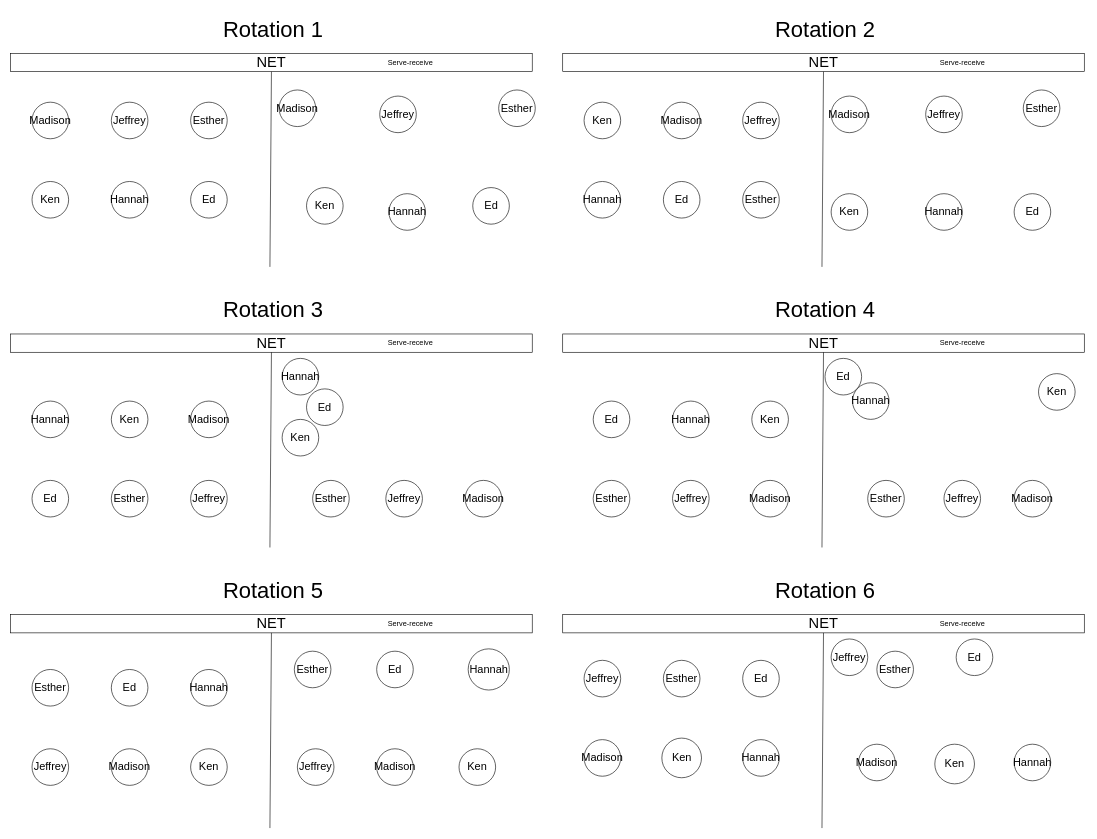
The draw.io diagram Monday.drawio in Jayxuchen/Code, before the edit. Source tidied: cells renumbered, new cells numbered last; positions are measured from the earlier drawing's top-left corner, leaving out a move shared by most shapes. Both pictures are drawn from the tidied source at 61%, with x=0, y=0 at pixel (10, 10).
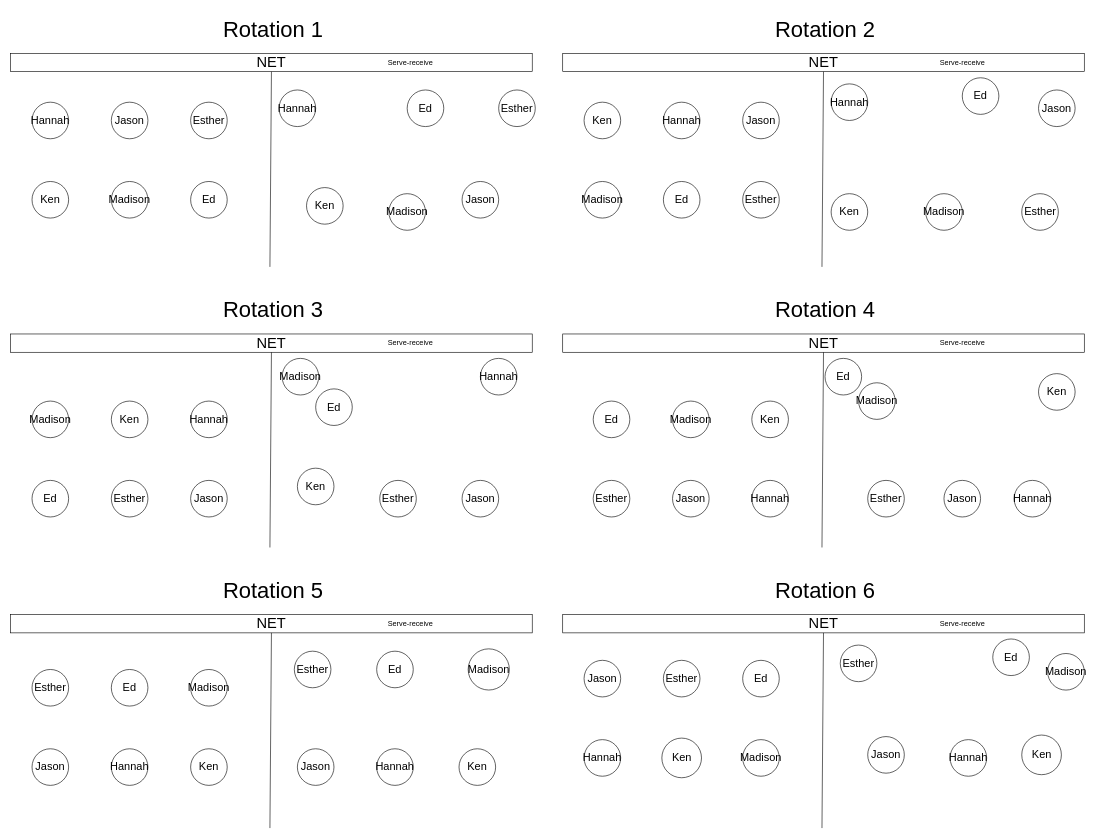
The same diagram, later.

What changed in the source:
```diff
@@
-    <mxCell id="2" value="&lt;font style=&quot;font-size: 18px;&quot;&gt;Madison&lt;/font&gt;" style="ellipse;whiteSpace=wrap;html=1;" parent="1" vertex="1">
+    <mxCell id="2" value="&lt;font style=&quot;font-size: 18px;&quot;&gt;Hannah&lt;/font&gt;" style="ellipse;whiteSpace=wrap;html=1;" parent="1" vertex="1">
       <mxGeometry x="35" y="150" width="60" height="60" as="geometry" />
     </mxCell>
@@
-    <mxCell id="6" value="&lt;font style=&quot;font-size: 18px;&quot;&gt;Jeffrey&lt;/font&gt;" style="ellipse;whiteSpace=wrap;html=1;" parent="1" vertex="1">
+    <mxCell id="6" value="&lt;font style=&quot;font-size: 18px;&quot;&gt;Jason&lt;/font&gt;" style="ellipse;whiteSpace=wrap;html=1;" parent="1" vertex="1">
       <mxGeometry x="165" y="150" width="60" height="60" as="geometry" />
     </mxCell>
@@
-    <mxCell id="9" value="&lt;font style=&quot;font-size: 18px;&quot;&gt;Hannah&lt;/font&gt;" style="ellipse;whiteSpace=wrap;html=1;" parent="1" vertex="1">
+    <mxCell id="9" value="&lt;span style=&quot;font-size: 18px;&quot;&gt;Madison&lt;/span&gt;" style="ellipse;whiteSpace=wrap;html=1;" parent="1" vertex="1">
       <mxGeometry x="165" y="280" width="60" height="60" as="geometry" />
     </mxCell>
@@
-    <mxCell id="12" value="&lt;font style=&quot;font-size: 18px;&quot;&gt;Madison&lt;/font&gt;" style="ellipse;whiteSpace=wrap;html=1;" parent="1" vertex="1">
+    <mxCell id="12" value="&lt;font style=&quot;font-size: 18px;&quot;&gt;Hannah&lt;/font&gt;" style="ellipse;whiteSpace=wrap;html=1;" parent="1" vertex="1">
       <mxGeometry x="440" y="130" width="60" height="60" as="geometry" />
     </mxCell>
-    <mxCell id="13" value="&lt;font style=&quot;font-size: 18px;&quot;&gt;Jeffrey&lt;/font&gt;" style="ellipse;whiteSpace=wrap;html=1;" parent="1" vertex="1">
-      <mxGeometry x="605" y="140" width="60" height="60" as="geometry" />
+    <mxCell id="13" value="&lt;font style=&quot;font-size: 18px;&quot;&gt;Jason&lt;/font&gt;" style="ellipse;whiteSpace=wrap;html=1;" parent="1" vertex="1">
+      <mxGeometry x="740" y="280" width="60" height="60" as="geometry" />
     </mxCell>
@@
-    <mxCell id="16" value="&lt;font style=&quot;font-size: 18px;&quot;&gt;Hannah&lt;/font&gt;" style="ellipse;whiteSpace=wrap;html=1;" parent="1" vertex="1">
+    <mxCell id="16" value="&lt;font style=&quot;font-size: 18px;&quot;&gt;Madison&lt;/font&gt;" style="ellipse;whiteSpace=wrap;html=1;" parent="1" vertex="1">
       <mxGeometry x="620" y="300" width="60" height="60" as="geometry" />
     </mxCell>
     <mxCell id="17" value="&lt;span style=&quot;font-size: 18px;&quot;&gt;Ed&lt;/span&gt;" style="ellipse;whiteSpace=wrap;html=1;" parent="1" vertex="1">
-      <mxGeometry x="757.5" y="290" width="60" height="60" as="geometry" />
+      <mxGeometry x="650" y="130" width="60" height="60" as="geometry" />
     </mxCell>
-    <mxCell id="18" value="&lt;font style=&quot;font-size: 18px;&quot;&gt;Madison&lt;/font&gt;" style="ellipse;whiteSpace=wrap;html=1;" parent="1" vertex="1">
+    <mxCell id="18" value="&lt;font style=&quot;font-size: 18px;&quot;&gt;Hannah&lt;/font&gt;" style="ellipse;whiteSpace=wrap;html=1;" parent="1" vertex="1">
       <mxGeometry x="1070" y="150" width="60" height="60" as="geometry" />
     </mxCell>
@@
-    <mxCell id="22" value="&lt;font style=&quot;font-size: 18px;&quot;&gt;Jeffrey&lt;/font&gt;" style="ellipse;whiteSpace=wrap;html=1;" parent="1" vertex="1">
+    <mxCell id="22" value="&lt;font style=&quot;font-size: 18px;&quot;&gt;Jason&lt;/font&gt;" style="ellipse;whiteSpace=wrap;html=1;" parent="1" vertex="1">
       <mxGeometry x="1200" y="150" width="60" height="60" as="geometry" />
     </mxCell>
@@
-    <mxCell id="25" value="&lt;font style=&quot;font-size: 18px;&quot;&gt;Hannah&lt;/font&gt;" style="ellipse;whiteSpace=wrap;html=1;" parent="1" vertex="1">
+    <mxCell id="25" value="&lt;font style=&quot;font-size: 18px;&quot;&gt;Madison&lt;/font&gt;" style="ellipse;whiteSpace=wrap;html=1;" parent="1" vertex="1">
       <mxGeometry x="940" y="280" width="60" height="60" as="geometry" />
     </mxCell>
@@
-    <mxCell id="44" value="&lt;font style=&quot;font-size: 18px;&quot;&gt;Madison&lt;/font&gt;" style="ellipse;whiteSpace=wrap;html=1;" parent="1" vertex="1">
-      <mxGeometry x="1345" y="140" width="60" height="60" as="geometry" />
+    <mxCell id="44" value="&lt;font style=&quot;font-size: 18px;&quot;&gt;Hannah&lt;/font&gt;" style="ellipse;whiteSpace=wrap;html=1;" parent="1" vertex="1">
+      <mxGeometry x="1345" y="120" width="60" height="60" as="geometry" />
     </mxCell>
-    <mxCell id="45" value="&lt;font style=&quot;font-size: 18px;&quot;&gt;Jeffrey&lt;/font&gt;" style="ellipse;whiteSpace=wrap;html=1;" parent="1" vertex="1">
-      <mxGeometry x="1500" y="140" width="60" height="60" as="geometry" />
+    <mxCell id="45" value="&lt;font style=&quot;font-size: 18px;&quot;&gt;Jason&lt;/font&gt;" style="ellipse;whiteSpace=wrap;html=1;" parent="1" vertex="1">
+      <mxGeometry x="1685" y="130" width="60" height="60" as="geometry" />
     </mxCell>
     <mxCell id="46" value="&lt;font style=&quot;font-size: 18px;&quot;&gt;Esther&lt;/font&gt;" style="ellipse;whiteSpace=wrap;html=1;" parent="1" vertex="1">
-      <mxGeometry x="1660" y="130" width="60" height="60" as="geometry" />
+      <mxGeometry x="1657.5" y="300" width="60" height="60" as="geometry" />
     </mxCell>
@@
-    <mxCell id="48" value="&lt;font style=&quot;font-size: 18px;&quot;&gt;Hannah&lt;/font&gt;" style="ellipse;whiteSpace=wrap;html=1;" parent="1" vertex="1">
+    <mxCell id="48" value="&lt;font style=&quot;font-size: 18px;&quot;&gt;Madison&lt;/font&gt;" style="ellipse;whiteSpace=wrap;html=1;" parent="1" vertex="1">
       <mxGeometry x="1500" y="300" width="60" height="60" as="geometry" />
     </mxCell>
     <mxCell id="49" value="&lt;span style=&quot;font-size: 18px;&quot;&gt;Ed&lt;/span&gt;" style="ellipse;whiteSpace=wrap;html=1;" parent="1" vertex="1">
-      <mxGeometry x="1645" y="300" width="60" height="60" as="geometry" />
+      <mxGeometry x="1560" y="110" width="60" height="60" as="geometry" />
     </mxCell>
-    <mxCell id="50" value="&lt;font style=&quot;font-size: 18px;&quot;&gt;Madison&lt;/font&gt;" style="ellipse;whiteSpace=wrap;html=1;" parent="1" vertex="1">
+    <mxCell id="50" value="&lt;font style=&quot;font-size: 18px;&quot;&gt;Hannah&lt;/font&gt;" style="ellipse;whiteSpace=wrap;html=1;" parent="1" vertex="1">
       <mxGeometry x="295" y="640" width="60" height="60" as="geometry" />
     </mxCell>
-    <mxCell id="51" value="&lt;font style=&quot;font-size: 18px;&quot;&gt;Jeffrey&lt;/font&gt;" style="ellipse;whiteSpace=wrap;html=1;" parent="1" vertex="1">
+    <mxCell id="51" value="&lt;font style=&quot;font-size: 18px;&quot;&gt;Jason&lt;/font&gt;" style="ellipse;whiteSpace=wrap;html=1;" parent="1" vertex="1">
       <mxGeometry x="295" y="770" width="60" height="60" as="geometry" />
     </mxCell>
@@
-    <mxCell id="54" value="&lt;font style=&quot;font-size: 18px;&quot;&gt;Hannah&lt;/font&gt;" style="ellipse;whiteSpace=wrap;html=1;" parent="1" vertex="1">
+    <mxCell id="54" value="&lt;font style=&quot;font-size: 18px;&quot;&gt;Madison&lt;/font&gt;" style="ellipse;whiteSpace=wrap;html=1;" parent="1" vertex="1">
       <mxGeometry x="35" y="640" width="60" height="60" as="geometry" />
     </mxCell>
@@
-    <mxCell id="56" value="&lt;font style=&quot;font-size: 18px;&quot;&gt;Madison&lt;/font&gt;" style="ellipse;whiteSpace=wrap;html=1;" parent="1" vertex="1">
-      <mxGeometry x="745" y="770" width="60" height="60" as="geometry" />
+    <mxCell id="56" value="&lt;font style=&quot;font-size: 18px;&quot;&gt;Hannah&lt;/font&gt;" style="ellipse;whiteSpace=wrap;html=1;" parent="1" vertex="1">
+      <mxGeometry x="770" y="570" width="60" height="60" as="geometry" />
     </mxCell>
-    <mxCell id="57" value="&lt;font style=&quot;font-size: 18px;&quot;&gt;Jeffrey&lt;/font&gt;" style="ellipse;whiteSpace=wrap;html=1;" parent="1" vertex="1">
-      <mxGeometry x="615" y="770" width="60" height="60" as="geometry" />
+    <mxCell id="57" value="&lt;font style=&quot;font-size: 18px;&quot;&gt;Jason&lt;/font&gt;" style="ellipse;whiteSpace=wrap;html=1;" parent="1" vertex="1">
+      <mxGeometry x="740" y="770" width="60" height="60" as="geometry" />
     </mxCell>
     <mxCell id="58" value="&lt;font style=&quot;font-size: 18px;&quot;&gt;Esther&lt;/font&gt;" style="ellipse;whiteSpace=wrap;html=1;" parent="1" vertex="1">
-      <mxGeometry x="495" y="770" width="60" height="60" as="geometry" />
+      <mxGeometry x="605" y="770" width="60" height="60" as="geometry" />
     </mxCell>
     <mxCell id="59" value="&lt;font style=&quot;font-size: 18px;&quot;&gt;Ken&lt;/font&gt;" style="ellipse;whiteSpace=wrap;html=1;" parent="1" vertex="1">
-      <mxGeometry x="445" y="670" width="60" height="60" as="geometry" />
+      <mxGeometry x="470" y="750" width="60" height="60" as="geometry" />
     </mxCell>
-    <mxCell id="60" value="&lt;font style=&quot;font-size: 18px;&quot;&gt;Hannah&lt;/font&gt;" style="ellipse;whiteSpace=wrap;html=1;" parent="1" vertex="1">
+    <mxCell id="60" value="&lt;font style=&quot;font-size: 18px;&quot;&gt;Madison&lt;/font&gt;" style="ellipse;whiteSpace=wrap;html=1;" parent="1" vertex="1">
       <mxGeometry x="445" y="570" width="60" height="60" as="geometry" />
     </mxCell>
     <mxCell id="61" value="&lt;span style=&quot;font-size: 18px;&quot;&gt;Ed&lt;/span&gt;" style="ellipse;whiteSpace=wrap;html=1;" parent="1" vertex="1">
-      <mxGeometry x="485" y="620" width="60" height="60" as="geometry" />
+      <mxGeometry x="500" y="620" width="60" height="60" as="geometry" />
     </mxCell>
-    <mxCell id="62" value="&lt;font style=&quot;font-size: 18px;&quot;&gt;Madison&lt;/font&gt;" style="ellipse;whiteSpace=wrap;html=1;" parent="1" vertex="1">
+    <mxCell id="62" value="&lt;font style=&quot;font-size: 18px;&quot;&gt;Hannah&lt;/font&gt;" style="ellipse;whiteSpace=wrap;html=1;" parent="1" vertex="1">
       <mxGeometry x="1215" y="770" width="60" height="60" as="geometry" />
     </mxCell>
-    <mxCell id="63" value="&lt;font style=&quot;font-size: 18px;&quot;&gt;Jeffrey&lt;/font&gt;" style="ellipse;whiteSpace=wrap;html=1;" parent="1" vertex="1">
+    <mxCell id="63" value="&lt;font style=&quot;font-size: 18px;&quot;&gt;Jason&lt;/font&gt;" style="ellipse;whiteSpace=wrap;html=1;" parent="1" vertex="1">
       <mxGeometry x="1085" y="770" width="60" height="60" as="geometry" />
     </mxCell>
@@
-    <mxCell id="66" value="&lt;font style=&quot;font-size: 18px;&quot;&gt;Hannah&lt;/font&gt;" style="ellipse;whiteSpace=wrap;html=1;" parent="1" vertex="1">
+    <mxCell id="66" value="&lt;font style=&quot;font-size: 18px;&quot;&gt;Madison&lt;/font&gt;" style="ellipse;whiteSpace=wrap;html=1;" parent="1" vertex="1">
       <mxGeometry x="1085" y="640" width="60" height="60" as="geometry" />
     </mxCell>
@@
-    <mxCell id="68" value="&lt;font style=&quot;font-size: 18px;&quot;&gt;Madison&lt;/font&gt;" style="ellipse;whiteSpace=wrap;html=1;" parent="1" vertex="1">
+    <mxCell id="68" value="&lt;font style=&quot;font-size: 18px;&quot;&gt;Hannah&lt;/font&gt;" style="ellipse;whiteSpace=wrap;html=1;" parent="1" vertex="1">
       <mxGeometry x="1645" y="770" width="60" height="60" as="geometry" />
     </mxCell>
-    <mxCell id="69" value="&lt;font style=&quot;font-size: 18px;&quot;&gt;Jeffrey&lt;/font&gt;" style="ellipse;whiteSpace=wrap;html=1;" parent="1" vertex="1">
+    <mxCell id="69" value="&lt;font style=&quot;font-size: 18px;&quot;&gt;Jason&lt;/font&gt;" style="ellipse;whiteSpace=wrap;html=1;" parent="1" vertex="1">
       <mxGeometry x="1530" y="770" width="60" height="60" as="geometry" />
     </mxCell>
@@
-    <mxCell id="72" value="&lt;font style=&quot;font-size: 18px;&quot;&gt;Hannah&lt;/font&gt;" style="ellipse;whiteSpace=wrap;html=1;" parent="1" vertex="1">
-      <mxGeometry x="1380" y="610" width="60" height="60" as="geometry" />
+    <mxCell id="72" value="&lt;font style=&quot;font-size: 18px;&quot;&gt;Madison&lt;/font&gt;" style="ellipse;whiteSpace=wrap;html=1;" parent="1" vertex="1">
+      <mxGeometry x="1390" y="610" width="60" height="60" as="geometry" />
     </mxCell>
@@
-    <mxCell id="74" value="&lt;font style=&quot;font-size: 18px;&quot;&gt;Madison&lt;/font&gt;" style="ellipse;whiteSpace=wrap;html=1;" parent="1" vertex="1">
+    <mxCell id="74" value="&lt;font style=&quot;font-size: 18px;&quot;&gt;Hannah&lt;/font&gt;" style="ellipse;whiteSpace=wrap;html=1;" parent="1" vertex="1">
       <mxGeometry x="165" y="1210" width="60" height="60" as="geometry" />
     </mxCell>
-    <mxCell id="75" value="&lt;font style=&quot;font-size: 18px;&quot;&gt;Jeffrey&lt;/font&gt;" style="ellipse;whiteSpace=wrap;html=1;" parent="1" vertex="1">
+    <mxCell id="75" value="&lt;font style=&quot;font-size: 18px;&quot;&gt;Jason&lt;/font&gt;" style="ellipse;whiteSpace=wrap;html=1;" parent="1" vertex="1">
       <mxGeometry x="35" y="1210" width="60" height="60" as="geometry" />
     </mxCell>
@@
-    <mxCell id="78" value="&lt;font style=&quot;font-size: 18px;&quot;&gt;Hannah&lt;/font&gt;" style="ellipse;whiteSpace=wrap;html=1;" parent="1" vertex="1">
+    <mxCell id="78" value="&lt;font style=&quot;font-size: 18px;&quot;&gt;Madison&lt;/font&gt;" style="ellipse;whiteSpace=wrap;html=1;" parent="1" vertex="1">
       <mxGeometry x="295" y="1080" width="60" height="60" as="geometry" />
     </mxCell>
@@
-    <mxCell id="80" value="&lt;font style=&quot;font-size: 18px;&quot;&gt;Madison&lt;/font&gt;" style="ellipse;whiteSpace=wrap;html=1;" parent="1" vertex="1">
+    <mxCell id="80" value="&lt;font style=&quot;font-size: 18px;&quot;&gt;Hannah&lt;/font&gt;" style="ellipse;whiteSpace=wrap;html=1;" parent="1" vertex="1">
       <mxGeometry x="600" y="1210" width="60" height="60" as="geometry" />
     </mxCell>
-    <mxCell id="81" value="&lt;font style=&quot;font-size: 18px;&quot;&gt;Jeffrey&lt;/font&gt;" style="ellipse;whiteSpace=wrap;html=1;" parent="1" vertex="1">
+    <mxCell id="81" value="&lt;font style=&quot;font-size: 18px;&quot;&gt;Jason&lt;/font&gt;" style="ellipse;whiteSpace=wrap;html=1;" parent="1" vertex="1">
       <mxGeometry x="470" y="1210" width="60" height="60" as="geometry" />
     </mxCell>
@@
-    <mxCell id="84" value="&lt;font style=&quot;font-size: 18px;&quot;&gt;Hannah&lt;/font&gt;" style="ellipse;whiteSpace=wrap;html=1;" parent="1" vertex="1">
+    <mxCell id="84" value="&lt;font style=&quot;font-size: 18px;&quot;&gt;Madison&lt;/font&gt;" style="ellipse;whiteSpace=wrap;html=1;" parent="1" vertex="1">
       <mxGeometry x="750" y="1046.2" width="67.5" height="67.5" as="geometry" />
     </mxCell>
@@
-    <mxCell id="86" value="&lt;font style=&quot;font-size: 18px;&quot;&gt;Madison&lt;/font&gt;" style="ellipse;whiteSpace=wrap;html=1;" parent="1" vertex="1">
+    <mxCell id="86" value="&lt;font style=&quot;font-size: 18px;&quot;&gt;Hannah&lt;/font&gt;" style="ellipse;whiteSpace=wrap;html=1;" parent="1" vertex="1">
       <mxGeometry x="940" y="1195" width="60" height="60" as="geometry" />
     </mxCell>
-    <mxCell id="87" value="&lt;font style=&quot;font-size: 18px;&quot;&gt;Jeffrey&lt;/font&gt;" style="ellipse;whiteSpace=wrap;html=1;" parent="1" vertex="1">
+    <mxCell id="87" value="&lt;font style=&quot;font-size: 18px;&quot;&gt;Jason&lt;/font&gt;" style="ellipse;whiteSpace=wrap;html=1;" parent="1" vertex="1">
       <mxGeometry x="940" y="1065" width="60" height="60" as="geometry" />
     </mxCell>
@@
-    <mxCell id="90" value="&lt;font style=&quot;font-size: 18px;&quot;&gt;Hannah&lt;/font&gt;" style="ellipse;whiteSpace=wrap;html=1;" parent="1" vertex="1">
+    <mxCell id="90" value="&lt;font style=&quot;font-size: 18px;&quot;&gt;Madison&lt;/font&gt;" style="ellipse;whiteSpace=wrap;html=1;" parent="1" vertex="1">
       <mxGeometry x="1200" y="1195" width="60" height="60" as="geometry" />
     </mxCell>
@@
-    <mxCell id="92" value="&lt;font style=&quot;font-size: 18px;&quot;&gt;Madison&lt;/font&gt;" style="ellipse;whiteSpace=wrap;html=1;" parent="1" vertex="1">
-      <mxGeometry x="1390" y="1202.5" width="60" height="60" as="geometry" />
+    <mxCell id="92" value="&lt;font style=&quot;font-size: 18px;&quot;&gt;Hannah&lt;/font&gt;" style="ellipse;whiteSpace=wrap;html=1;" parent="1" vertex="1">
+      <mxGeometry x="1540" y="1195" width="60" height="60" as="geometry" />
     </mxCell>
-    <mxCell id="93" value="&lt;font style=&quot;font-size: 18px;&quot;&gt;Jeffrey&lt;/font&gt;" style="ellipse;whiteSpace=wrap;html=1;" parent="1" vertex="1">
-      <mxGeometry x="1345" y="1030" width="60" height="60" as="geometry" />
+    <mxCell id="93" value="&lt;font style=&quot;font-size: 18px;&quot;&gt;Jason&lt;/font&gt;" style="ellipse;whiteSpace=wrap;html=1;" parent="1" vertex="1">
+      <mxGeometry x="1405" y="1190" width="60" height="60" as="geometry" />
     </mxCell>
     <mxCell id="94" value="&lt;font style=&quot;font-size: 18px;&quot;&gt;Esther&lt;/font&gt;" style="ellipse;whiteSpace=wrap;html=1;" parent="1" vertex="1">
-      <mxGeometry x="1420" y="1050" width="60" height="60" as="geometry" />
+      <mxGeometry x="1360" y="1040" width="60" height="60" as="geometry" />
     </mxCell>
     <mxCell id="95" value="&lt;font style=&quot;font-size: 18px;&quot;&gt;Ken&lt;/font&gt;" style="ellipse;whiteSpace=wrap;html=1;" parent="1" vertex="1">
-      <mxGeometry x="1515" y="1202.5" width="65" height="65" as="geometry" />
+      <mxGeometry x="1657.5" y="1187.5" width="65" height="65" as="geometry" />
     </mxCell>
-    <mxCell id="96" value="&lt;font style=&quot;font-size: 18px;&quot;&gt;Hannah&lt;/font&gt;" style="ellipse;whiteSpace=wrap;html=1;" parent="1" vertex="1">
-      <mxGeometry x="1645" y="1202.5" width="60" height="60" as="geometry" />
+    <mxCell id="96" value="&lt;font style=&quot;font-size: 18px;&quot;&gt;Madison&lt;/font&gt;" style="ellipse;whiteSpace=wrap;html=1;" parent="1" vertex="1">
+      <mxGeometry x="1700" y="1053.8" width="60" height="60" as="geometry" />
     </mxCell>
     <mxCell id="97" value="&lt;span style=&quot;font-size: 18px;&quot;&gt;Ed&lt;/span&gt;" style="ellipse;whiteSpace=wrap;html=1;" parent="1" vertex="1">
-      <mxGeometry x="1550" y="1030" width="60" height="60" as="geometry" />
+      <mxGeometry x="1610" y="1030" width="60" height="60" as="geometry" />
     </mxCell>
```
